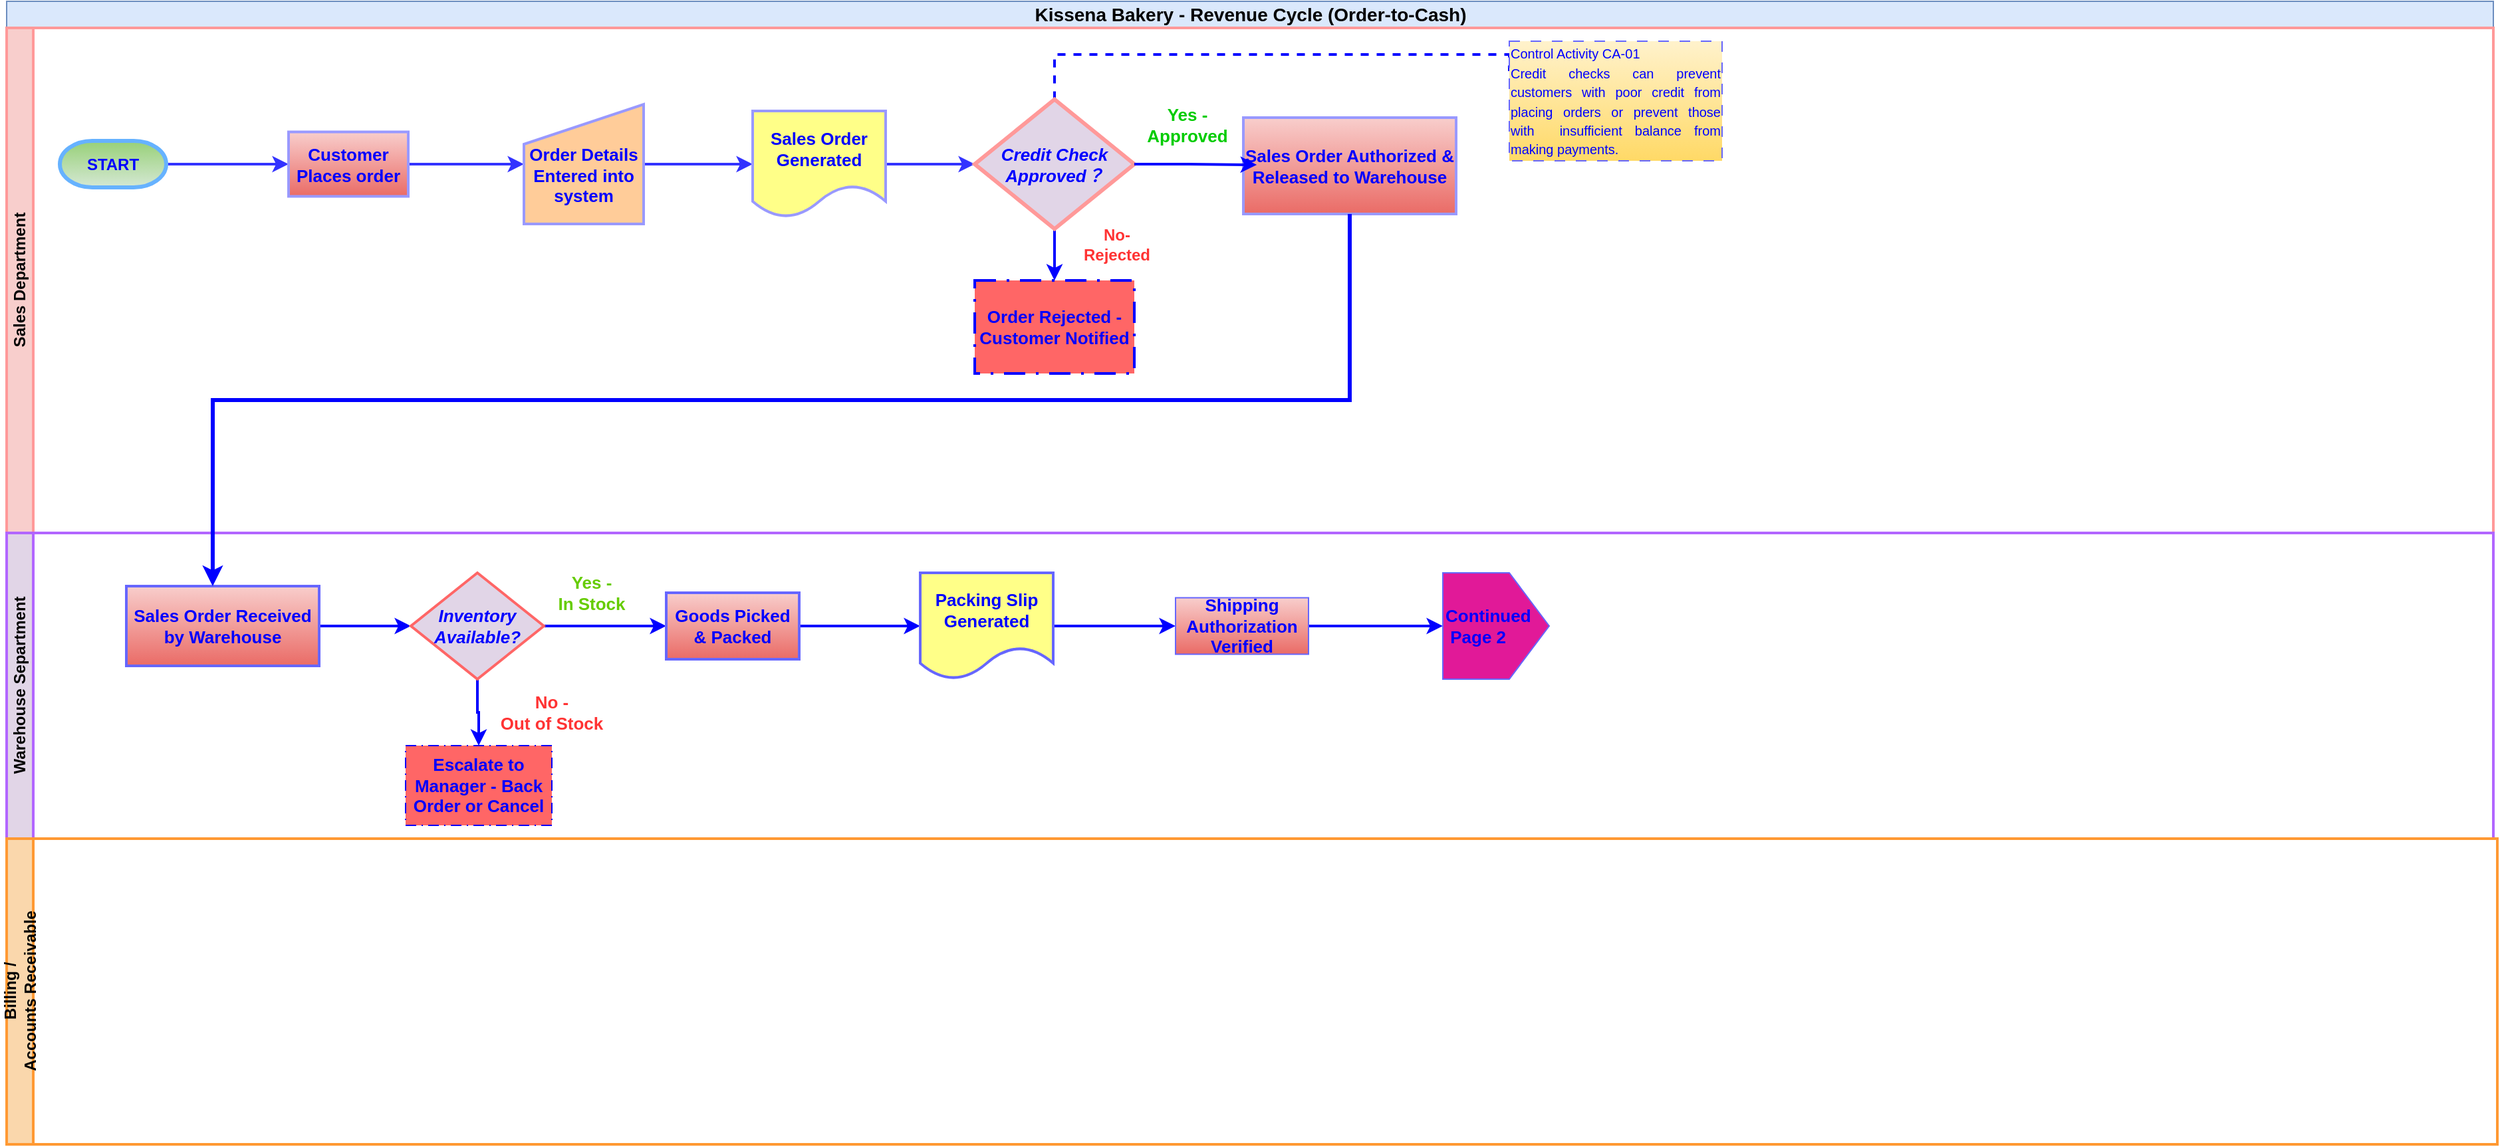
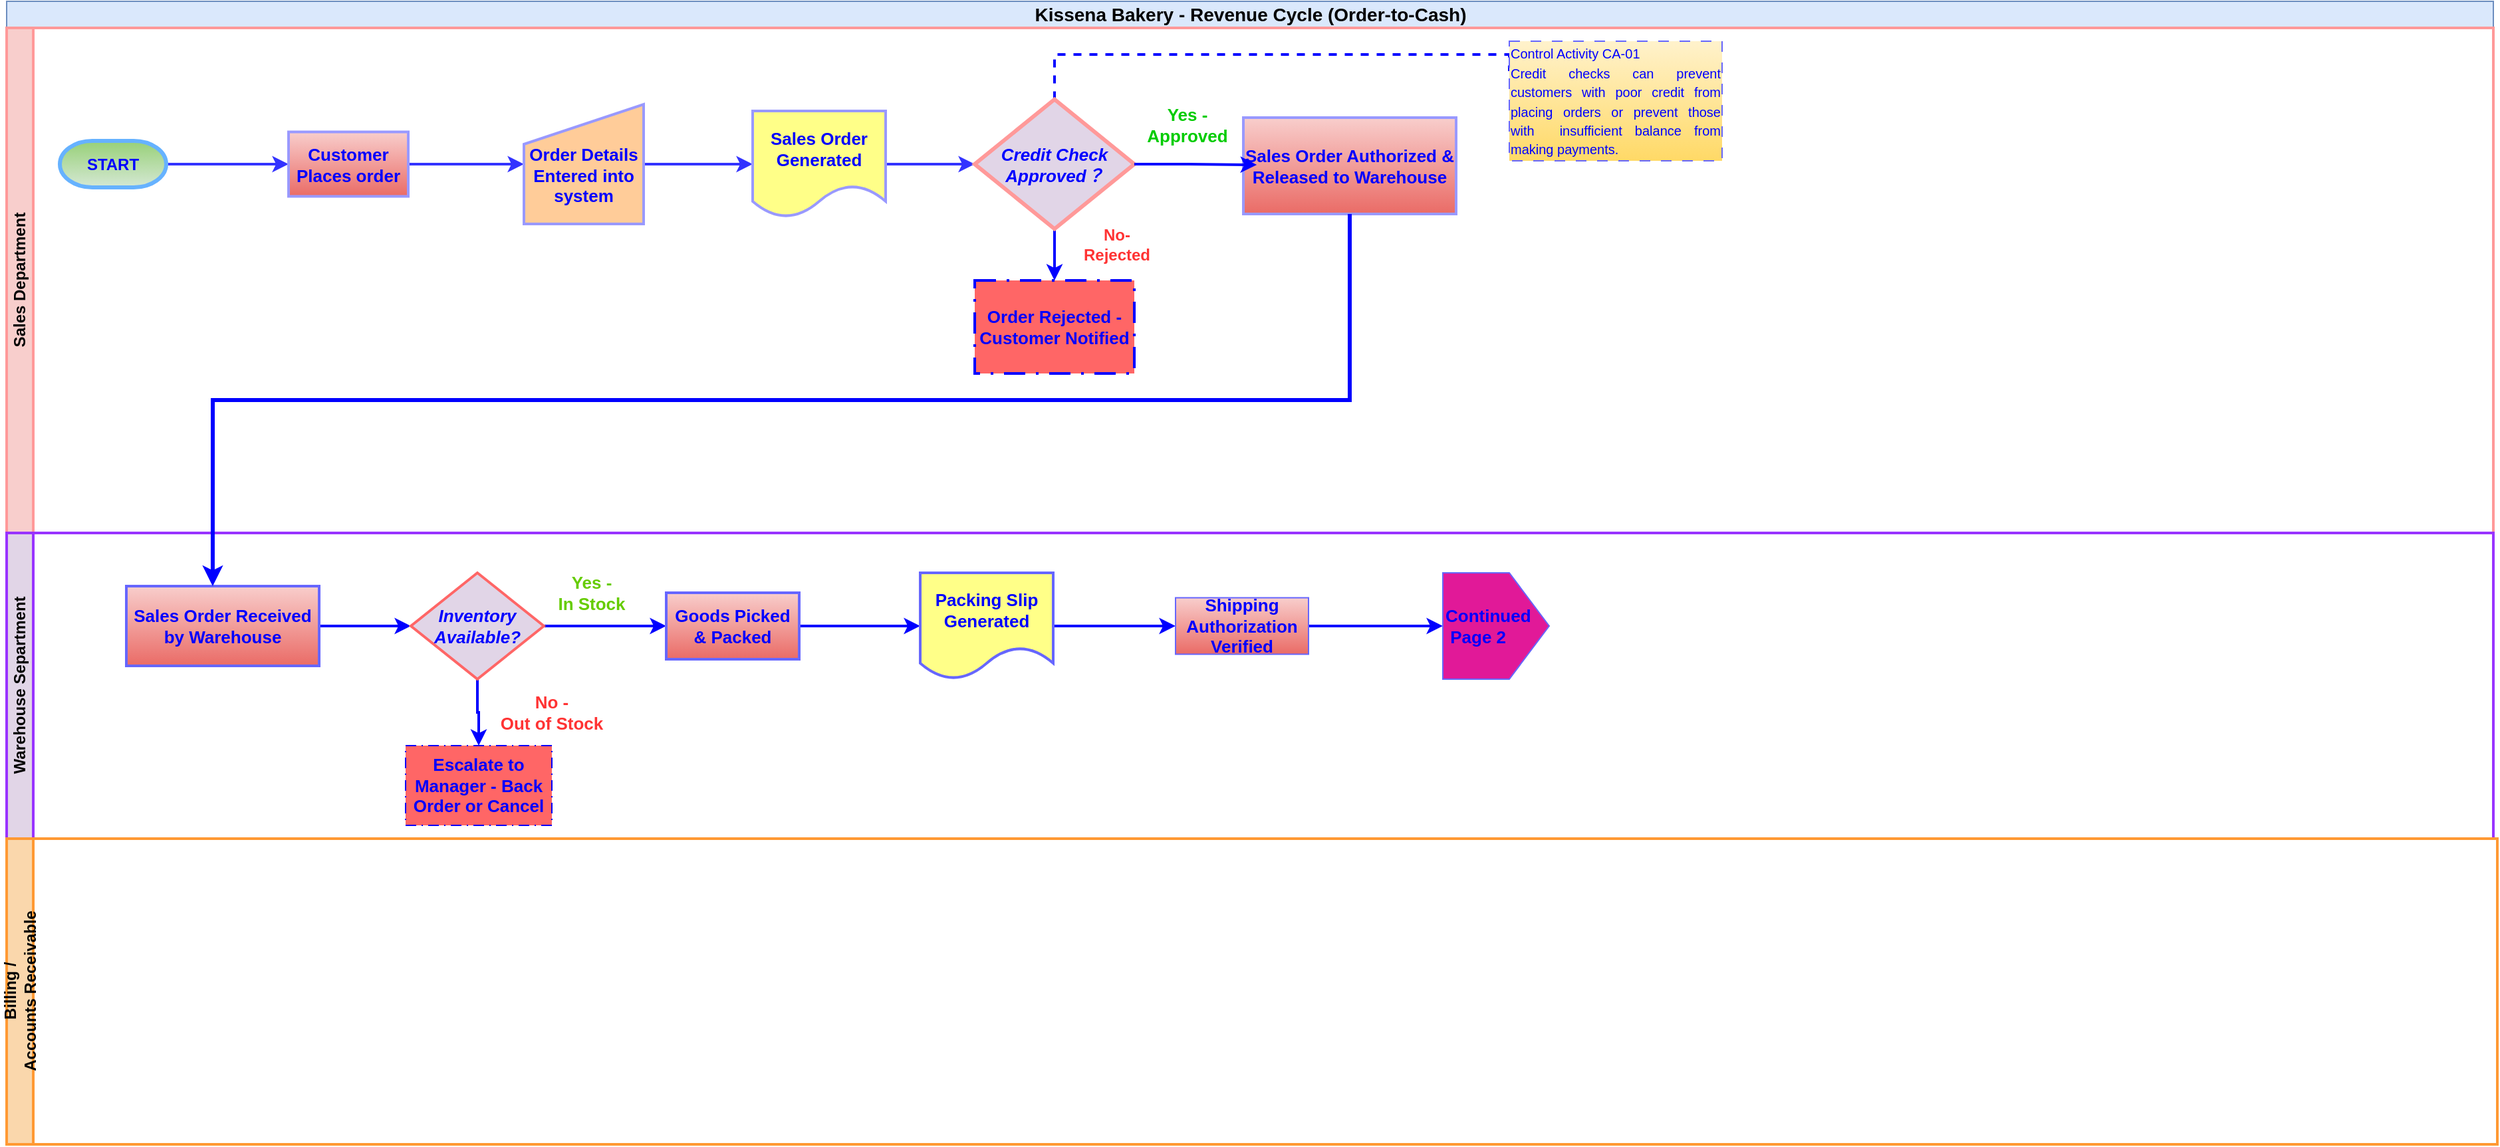
<mxfile host="app.diagrams.net" agent="Mozilla/5.0 (Windows NT 10.0; Win64; x64) AppleWebKit/537.36 (KHTML, like Gecko) Chrome/145.0.0.0 Safari/537.36" version="29.6.4" pages="2">
  <diagram name="Page-1" id="klMabU_GDppZGB9yFFRy">
    <mxGraphModel dx="2431" dy="874" grid="1" gridSize="10" guides="1" tooltips="1" connect="1" arrows="1" fold="1" page="1" pageScale="1" pageWidth="1100" pageHeight="850" math="0" shadow="0">
      <root>
        <mxCell id="0" />
        <mxCell id="1" parent="0" />
        <mxCell id="0vQu63eh7_hz7IOFjZfk-1" parent="1" style="swimlane;childLayout=stackLayout;resizeParent=1;resizeParentMax=0;horizontal=1;startSize=20;horizontalStack=0;html=1;fillColor=#dae8fc;strokeColor=#6c8ebf;" value="&lt;div style=&quot;text-align: start;&quot;&gt;&lt;font style=&quot;font-size: 14px;&quot;&gt;Kissena Bakery - Revenue Cycle (Order-to-Cash)&lt;/font&gt;&lt;/div&gt;" vertex="1">
          <mxGeometry height="20" width="1870" x="80" y="30" as="geometry" />
        </mxCell>
        <mxCell id="0vQu63eh7_hz7IOFjZfk-2" parent="1" style="swimlane;startSize=20;horizontal=0;html=1;fillColor=#f8cecc;strokeColor=#FF9999;strokeWidth=2;" value="Sales Department" vertex="1">
          <mxGeometry height="380" width="1870" x="80" y="50" as="geometry">
            <mxRectangle height="30" width="610" y="20" as="alternateBounds" />
          </mxGeometry>
        </mxCell>
        <mxCell id="0vQu63eh7_hz7IOFjZfk-43" edge="1" parent="0vQu63eh7_hz7IOFjZfk-2" source="0vQu63eh7_hz7IOFjZfk-10" style="edgeStyle=orthogonalEdgeStyle;rounded=0;orthogonalLoop=1;jettySize=auto;html=1;exitX=0;exitY=0.5;exitDx=0;exitDy=0;exitPerimeter=0;entryX=0;entryY=0.5;entryDx=0;entryDy=0;strokeColor=#3333FF;strokeWidth=2;" target="0vQu63eh7_hz7IOFjZfk-15">
          <mxGeometry relative="1" as="geometry" />
        </mxCell>
        <mxCell id="0vQu63eh7_hz7IOFjZfk-10" parent="0vQu63eh7_hz7IOFjZfk-2" style="strokeWidth=3;html=1;shape=mxgraph.flowchart.terminator;whiteSpace=wrap;direction=west;fillColor=#d5e8d4;gradientColor=#97d077;strokeColor=#66B2FF;" value="&lt;b&gt;&lt;font style=&quot;color: rgb(0, 0, 255);&quot;&gt;START&lt;/font&gt;&lt;/b&gt;" vertex="1">
          <mxGeometry height="35" width="80" x="40" y="85" as="geometry" />
        </mxCell>
        <mxCell id="46-Umk2mzS9Czotzx1H9-2" edge="1" parent="0vQu63eh7_hz7IOFjZfk-2" source="0vQu63eh7_hz7IOFjZfk-15" style="edgeStyle=orthogonalEdgeStyle;rounded=0;orthogonalLoop=1;jettySize=auto;html=1;exitX=1;exitY=0.5;exitDx=0;exitDy=0;entryX=0;entryY=0.5;entryDx=0;entryDy=0;strokeColor=#3333FF;strokeWidth=2;" target="0vQu63eh7_hz7IOFjZfk-20">
          <mxGeometry relative="1" as="geometry" />
        </mxCell>
        <mxCell id="0vQu63eh7_hz7IOFjZfk-15" parent="0vQu63eh7_hz7IOFjZfk-2" style="html=1;dashed=0;whiteSpace=wrap;strokeWidth=2;fillColor=#f8cecc;strokeColor=#9999FF;gradientColor=#ea6b66;" value="&lt;font style=&quot;font-size: 13px; color: rgb(0, 0, 255);&quot;&gt;&lt;b style=&quot;&quot;&gt;Customer Places order&lt;/b&gt;&lt;/font&gt;" vertex="1">
          <mxGeometry height="48.5" width="90" x="212" y="78.25" as="geometry" />
        </mxCell>
        <mxCell id="46-Umk2mzS9Czotzx1H9-3" edge="1" parent="0vQu63eh7_hz7IOFjZfk-2" source="0vQu63eh7_hz7IOFjZfk-20" style="edgeStyle=orthogonalEdgeStyle;rounded=0;orthogonalLoop=1;jettySize=auto;html=1;exitX=1;exitY=0.5;exitDx=0;exitDy=0;entryX=0;entryY=0.5;entryDx=0;entryDy=0;strokeColor=#3333FF;strokeWidth=2;" target="0vQu63eh7_hz7IOFjZfk-30">
          <mxGeometry relative="1" as="geometry" />
        </mxCell>
        <mxCell id="0vQu63eh7_hz7IOFjZfk-20" parent="0vQu63eh7_hz7IOFjZfk-2" style="shape=manualInput;whiteSpace=wrap;html=1;align=center;fillColor=#ffcc99;strokeColor=#9999FF;strokeWidth=2;" value="&lt;div style=&quot;&quot;&gt;&lt;span style=&quot;background-color: transparent;&quot;&gt;&lt;b style=&quot;&quot;&gt;&lt;font style=&quot;font-size: 13px; color: rgb(0, 0, 255);&quot;&gt;&lt;br&gt;&lt;/font&gt;&lt;/b&gt;&lt;/span&gt;&lt;/div&gt;&lt;div style=&quot;&quot;&gt;&lt;span style=&quot;background-color: transparent;&quot;&gt;&lt;b style=&quot;&quot;&gt;&lt;font style=&quot;font-size: 13px; color: rgb(0, 0, 255);&quot;&gt;Order Details Entered into system&lt;/font&gt;&lt;/b&gt;&lt;/span&gt;&lt;/div&gt;" vertex="1">
          <mxGeometry height="90" width="90" x="389" y="57.5" as="geometry" />
        </mxCell>
        <mxCell id="0vQu63eh7_hz7IOFjZfk-35" edge="1" parent="0vQu63eh7_hz7IOFjZfk-2" style="edgeStyle=orthogonalEdgeStyle;rounded=0;orthogonalLoop=1;jettySize=auto;html=1;exitX=0;exitY=0.5;exitDx=0;exitDy=0;">
          <mxGeometry relative="1" as="geometry">
            <mxPoint x="410" y="105" as="sourcePoint" />
            <mxPoint x="410" y="105" as="targetPoint" />
          </mxGeometry>
        </mxCell>
        <mxCell id="46-Umk2mzS9Czotzx1H9-4" edge="1" parent="0vQu63eh7_hz7IOFjZfk-2" source="0vQu63eh7_hz7IOFjZfk-30" style="edgeStyle=orthogonalEdgeStyle;rounded=0;orthogonalLoop=1;jettySize=auto;html=1;exitX=1;exitY=0.5;exitDx=0;exitDy=0;entryX=0;entryY=0.5;entryDx=0;entryDy=0;strokeColor=#3333FF;strokeWidth=2;" target="0vQu63eh7_hz7IOFjZfk-34">
          <mxGeometry relative="1" as="geometry" />
        </mxCell>
        <mxCell id="0vQu63eh7_hz7IOFjZfk-30" parent="0vQu63eh7_hz7IOFjZfk-2" style="shape=document;whiteSpace=wrap;html=1;boundedLbl=1;strokeWidth=2;fillColor=#ffff88;strokeColor=#9999FF;" value="&lt;font style=&quot;font-size: 13px; color: rgb(0, 0, 255);&quot;&gt;&lt;b&gt;Sales Order Generated&lt;/b&gt;&lt;/font&gt;" vertex="1">
          <mxGeometry height="80" width="100" x="561" y="62.5" as="geometry" />
        </mxCell>
        <mxCell id="pGH0SQg9JUakCyH8bkGQ-28" edge="1" parent="0vQu63eh7_hz7IOFjZfk-2" source="0vQu63eh7_hz7IOFjZfk-34" style="edgeStyle=orthogonalEdgeStyle;rounded=0;orthogonalLoop=1;jettySize=auto;html=1;exitX=0.5;exitY=0;exitDx=0;exitDy=0;entryX=0;entryY=0.25;entryDx=0;entryDy=0;endArrow=none;endFill=0;dashed=1;strokeWidth=2;strokeColor=#0000FF;" target="pGH0SQg9JUakCyH8bkGQ-23">
          <mxGeometry relative="1" as="geometry">
            <Array as="points">
              <mxPoint x="788" y="20" />
              <mxPoint x="1130" y="20" />
            </Array>
          </mxGeometry>
        </mxCell>
        <mxCell id="DywWvH4VDf4e1SjyT3sU-2" edge="1" parent="0vQu63eh7_hz7IOFjZfk-2" source="0vQu63eh7_hz7IOFjZfk-34" style="edgeStyle=orthogonalEdgeStyle;rounded=0;orthogonalLoop=1;jettySize=auto;html=1;exitX=0.5;exitY=1;exitDx=0;exitDy=0;entryX=0.5;entryY=0;entryDx=0;entryDy=0;strokeColor=#0000FF;strokeWidth=2;" target="0vQu63eh7_hz7IOFjZfk-65">
          <mxGeometry relative="1" as="geometry" />
        </mxCell>
        <mxCell id="0vQu63eh7_hz7IOFjZfk-34" parent="0vQu63eh7_hz7IOFjZfk-2" style="rhombus;whiteSpace=wrap;html=1;fillColor=#e1d5e7;strokeColor=#FF9999;strokeWidth=3;" value="&lt;font style=&quot;font-size: 13px; color: rgb(0, 0, 255);&quot;&gt;&lt;b&gt;&lt;i&gt;Credit Check Approved？&lt;/i&gt;&lt;/b&gt;&lt;/font&gt;" vertex="1">
          <mxGeometry height="97.5" width="120" x="728" y="53.75" as="geometry" />
        </mxCell>
        <mxCell id="0vQu63eh7_hz7IOFjZfk-60" parent="0vQu63eh7_hz7IOFjZfk-2" style="text;html=1;whiteSpace=wrap;strokeColor=none;fillColor=none;align=center;verticalAlign=middle;rounded=0;fontColor=#00CC00;" value="&lt;font style=&quot;font-size: 13px;&quot;&gt;&lt;b style=&quot;&quot;&gt;Yes - Approved&lt;/b&gt;&lt;/font&gt;" vertex="1">
          <mxGeometry height="30" width="80" x="848" y="57.5" as="geometry" />
        </mxCell>
        <mxCell id="0vQu63eh7_hz7IOFjZfk-65" parent="0vQu63eh7_hz7IOFjZfk-2" style="html=1;dashed=1;whiteSpace=wrap;strokeWidth=2;fillColor=light-dark(#FF6666,#FF3333);strokeColor=#0000FF;fontColor=#ffffff;fontStyle=1;dashPattern=8 4 1 4;" value="&lt;font style=&quot;font-size: 13px; color: rgb(0, 0, 255);&quot;&gt;Order Rejected - Customer Notified&lt;/font&gt;" vertex="1">
          <mxGeometry height="70" width="120" x="728" y="190" as="geometry" />
        </mxCell>
        <mxCell id="0vQu63eh7_hz7IOFjZfk-67" parent="0vQu63eh7_hz7IOFjZfk-2" style="html=1;dashed=0;whiteSpace=wrap;fillColor=#f8cecc;gradientColor=#ea6b66;strokeColor=#9999FF;strokeWidth=2;" value="&lt;font style=&quot;font-size: 13px; color: rgb(0, 0, 255);&quot;&gt;&lt;b&gt;Sales Order Authorized &amp;amp; Released to Warehouse&lt;/b&gt;&lt;/font&gt;" vertex="1">
          <mxGeometry height="72.5" width="160" x="930" y="67.5" as="geometry" />
        </mxCell>
        <mxCell id="pGH0SQg9JUakCyH8bkGQ-23" parent="0vQu63eh7_hz7IOFjZfk-2" style="html=1;dashed=1;whiteSpace=wrap;dashPattern=8 8;fillColor=#fff2cc;gradientColor=#ffd966;strokeColor=light-dark(#6666FF,#6D5100);strokeWidth=1;" value="&lt;div style=&quot;text-align: justify;&quot;&gt;&lt;span style=&quot;font-size: 10px; background-color: transparent;&quot;&gt;&lt;font style=&quot;color: rgb(0, 0, 255);&quot;&gt;Control Activity&amp;nbsp;CA-01&lt;/font&gt;&lt;/span&gt;&lt;/div&gt;&lt;font style=&quot;color: rgb(0, 0, 255);&quot;&gt;&lt;div style=&quot;text-align: justify;&quot;&gt;&lt;span style=&quot;font-size: 10px; background-color: transparent;&quot;&gt;Credit checks can prevent customers with poor credit from placing orders or prevent those with&amp;nbsp; insufficient balance from making payments.&lt;/span&gt;&lt;/div&gt;&lt;/font&gt;" vertex="1">
          <mxGeometry height="90" width="160" x="1130" y="10" as="geometry" />
        </mxCell>
        <mxCell id="DywWvH4VDf4e1SjyT3sU-3" parent="0vQu63eh7_hz7IOFjZfk-2" style="text;html=1;whiteSpace=wrap;strokeColor=none;fillColor=none;align=center;verticalAlign=middle;rounded=0;fontSize=12;fontStyle=1;fontColor=#FF3333;" value="&lt;span&gt;&lt;font style=&quot;&quot;&gt;No-Rejected&lt;/font&gt;&lt;/span&gt;" vertex="1">
          <mxGeometry height="30" width="70" x="800" y="147.5" as="geometry" />
        </mxCell>
        <mxCell id="G1smnQENkRiUrPdJOTDi-3" edge="1" parent="0vQu63eh7_hz7IOFjZfk-2" source="0vQu63eh7_hz7IOFjZfk-34" style="edgeStyle=orthogonalEdgeStyle;rounded=0;orthogonalLoop=1;jettySize=auto;html=1;exitX=1;exitY=0.5;exitDx=0;exitDy=0;entryX=0.063;entryY=0.49;entryDx=0;entryDy=0;entryPerimeter=0;strokeColor=#0000FF;strokeWidth=2;" target="0vQu63eh7_hz7IOFjZfk-67">
          <mxGeometry relative="1" as="geometry" />
        </mxCell>
-         <mxCell id="0vQu63eh7_hz7IOFjZfk-3" parent="1" style="swimlane;startSize=20;horizontal=0;html=1;fillColor=#e1d5e7;strokeColor=#B266FF;strokeWidth=2;" value="Warehouse Separtment" vertex="1">
+         <mxCell id="0vQu63eh7_hz7IOFjZfk-3" parent="1" style="swimlane;startSize=20;horizontal=0;html=1;fillColor=#e1d5e7;strokeColor=#9933FF;strokeWidth=2;" value="Warehouse Separtment" vertex="1">
          <mxGeometry height="230" width="1870" x="80" y="430" as="geometry" />
        </mxCell>
        <mxCell id="pGH0SQg9JUakCyH8bkGQ-32" edge="1" parent="0vQu63eh7_hz7IOFjZfk-3" source="0vQu63eh7_hz7IOFjZfk-73" style="edgeStyle=orthogonalEdgeStyle;rounded=0;orthogonalLoop=1;jettySize=auto;html=1;exitX=1;exitY=0.5;exitDx=0;exitDy=0;entryX=0;entryY=0.5;entryDx=0;entryDy=0;strokeColor=#0000FF;strokeWidth=2;" target="0vQu63eh7_hz7IOFjZfk-92">
          <mxGeometry relative="1" as="geometry" />
        </mxCell>
        <mxCell id="0vQu63eh7_hz7IOFjZfk-73" parent="0vQu63eh7_hz7IOFjZfk-3" style="html=1;dashed=0;whiteSpace=wrap;fillColor=#f8cecc;gradientColor=#ea6b66;strokeColor=#6666FF;strokeWidth=2;" value="&lt;font style=&quot;font-size: 13px; color: rgb(0, 0, 255);&quot;&gt;&lt;b&gt;Sales Order Received by Warehouse&lt;/b&gt;&lt;/font&gt;" vertex="1">
          <mxGeometry height="60" width="145" x="90" y="40" as="geometry" />
        </mxCell>
        <mxCell id="pGH0SQg9JUakCyH8bkGQ-31" edge="1" parent="0vQu63eh7_hz7IOFjZfk-3" source="0vQu63eh7_hz7IOFjZfk-92" style="edgeStyle=orthogonalEdgeStyle;rounded=0;orthogonalLoop=1;jettySize=auto;html=1;exitX=1;exitY=0.5;exitDx=0;exitDy=0;entryX=0;entryY=0.5;entryDx=0;entryDy=0;strokeColor=#0000FF;strokeWidth=2;" target="0vQu63eh7_hz7IOFjZfk-106">
          <mxGeometry relative="1" as="geometry" />
        </mxCell>
        <mxCell id="pGH0SQg9JUakCyH8bkGQ-34" edge="1" parent="0vQu63eh7_hz7IOFjZfk-3" source="0vQu63eh7_hz7IOFjZfk-92" style="edgeStyle=orthogonalEdgeStyle;rounded=0;orthogonalLoop=1;jettySize=auto;html=1;exitX=0.5;exitY=1;exitDx=0;exitDy=0;entryX=0.5;entryY=0;entryDx=0;entryDy=0;strokeColor=#0000FF;strokeWidth=2;" target="0vQu63eh7_hz7IOFjZfk-96">
          <mxGeometry relative="1" as="geometry" />
        </mxCell>
        <mxCell id="0vQu63eh7_hz7IOFjZfk-92" parent="0vQu63eh7_hz7IOFjZfk-3" style="rhombus;whiteSpace=wrap;html=1;fillColor=#e1d5e7;strokeColor=light-dark(#FF6666,#FF3333);strokeWidth=2;" value="&lt;font style=&quot;font-size: 13px; color: rgb(0, 0, 255);&quot;&gt;&lt;b&gt;&lt;i&gt;Inventory Available?&lt;/i&gt;&lt;/b&gt;&lt;/font&gt;" vertex="1">
          <mxGeometry height="80" width="100" x="304" y="30" as="geometry" />
        </mxCell>
        <mxCell id="0vQu63eh7_hz7IOFjZfk-96" parent="0vQu63eh7_hz7IOFjZfk-3" style="html=1;dashed=1;whiteSpace=wrap;fillColor=#FF6666;strokeColor=#0000FF;fontColor=#ffffff;dashPattern=8 4 1 4;" value="&lt;b&gt;&lt;font style=&quot;font-size: 13px; color: rgb(0, 0, 255);&quot;&gt;Escalate to Manager - Back Order or Cancel&lt;/font&gt;&lt;/b&gt;" vertex="1">
          <mxGeometry height="60" width="110" x="300" y="160" as="geometry" />
        </mxCell>
        <mxCell id="46-Umk2mzS9Czotzx1H9-6" edge="1" parent="0vQu63eh7_hz7IOFjZfk-3" source="0vQu63eh7_hz7IOFjZfk-106" style="edgeStyle=orthogonalEdgeStyle;rounded=0;orthogonalLoop=1;jettySize=auto;html=1;exitX=1;exitY=0.5;exitDx=0;exitDy=0;entryX=0;entryY=0.5;entryDx=0;entryDy=0;strokeColor=#0000FF;strokeWidth=2;" target="0vQu63eh7_hz7IOFjZfk-110">
          <mxGeometry relative="1" as="geometry" />
        </mxCell>
        <mxCell id="0vQu63eh7_hz7IOFjZfk-106" parent="0vQu63eh7_hz7IOFjZfk-3" style="html=1;dashed=0;whiteSpace=wrap;strokeWidth=2;fillColor=#f8cecc;gradientColor=#ea6b66;strokeColor=#6666FF;" value="&lt;font style=&quot;font-size: 13px; color: rgb(0, 0, 255);&quot;&gt;&lt;b&gt;Goods Picked &amp;amp; Packed&lt;/b&gt;&lt;/font&gt;" vertex="1">
          <mxGeometry height="50" width="100" x="496" y="45" as="geometry" />
        </mxCell>
        <mxCell id="46-Umk2mzS9Czotzx1H9-8" edge="1" parent="0vQu63eh7_hz7IOFjZfk-3" source="0vQu63eh7_hz7IOFjZfk-110" style="edgeStyle=orthogonalEdgeStyle;rounded=0;orthogonalLoop=1;jettySize=auto;html=1;exitX=1;exitY=0.5;exitDx=0;exitDy=0;entryX=0;entryY=0.5;entryDx=0;entryDy=0;strokeColor=#0000FF;strokeWidth=2;" target="0vQu63eh7_hz7IOFjZfk-112">
          <mxGeometry relative="1" as="geometry" />
        </mxCell>
        <mxCell id="0vQu63eh7_hz7IOFjZfk-110" parent="0vQu63eh7_hz7IOFjZfk-3" style="shape=document;whiteSpace=wrap;html=1;boundedLbl=1;strokeWidth=2;fillColor=#ffff88;strokeColor=#6666FF;" value="&lt;font style=&quot;font-size: 13px; color: rgb(0, 0, 255);&quot;&gt;&lt;b&gt;Packing Slip Generated&lt;/b&gt;&lt;/font&gt;" vertex="1">
          <mxGeometry height="80" width="100" x="687" y="30" as="geometry" />
        </mxCell>
        <mxCell id="G1smnQENkRiUrPdJOTDi-2" edge="1" parent="0vQu63eh7_hz7IOFjZfk-3" source="0vQu63eh7_hz7IOFjZfk-112" style="edgeStyle=orthogonalEdgeStyle;rounded=0;orthogonalLoop=1;jettySize=auto;html=1;exitX=1;exitY=0.5;exitDx=0;exitDy=0;entryX=0.5;entryY=0;entryDx=0;entryDy=0;strokeColor=#0000FF;strokeWidth=2;" target="G1smnQENkRiUrPdJOTDi-1">
          <mxGeometry relative="1" as="geometry" />
        </mxCell>
        <mxCell id="0vQu63eh7_hz7IOFjZfk-112" parent="0vQu63eh7_hz7IOFjZfk-3" style="html=1;dashed=0;whiteSpace=wrap;strokeColor=#6666FF;fillColor=#f8cecc;gradientColor=#ea6b66;fontStyle=1" value="&lt;font style=&quot;font-size: 13px; color: rgb(0, 0, 255);&quot;&gt;Shipping Authorization Verified&lt;/font&gt;" vertex="1">
          <mxGeometry height="42.5" width="100" x="879" y="48.75" as="geometry" />
        </mxCell>
        <mxCell id="0vQu63eh7_hz7IOFjZfk-98" parent="0vQu63eh7_hz7IOFjZfk-3" style="text;html=1;whiteSpace=wrap;strokeColor=none;fillColor=none;align=center;verticalAlign=middle;rounded=0;fontColor=#FF3333;" value="&lt;font style=&quot;font-size: 13px;&quot;&gt;&lt;b&gt;No - &lt;br&gt;Out of Stock&lt;/b&gt;&lt;/font&gt;" vertex="1">
          <mxGeometry height="30" width="80" x="370" y="120" as="geometry" />
        </mxCell>
        <mxCell id="G1smnQENkRiUrPdJOTDi-1" parent="0vQu63eh7_hz7IOFjZfk-3" style="shape=offPageConnector;whiteSpace=wrap;html=1;direction=north;strokeColor=#6666FF;fillColor=#E11998;align=left;" value="&lt;b style=&quot;color: rgb(0, 0, 255); font-size: 13px; text-wrap-mode: nowrap;&quot;&gt;Continued&lt;br&gt;&amp;nbsp;Page 2&lt;/b&gt;" vertex="1">
          <mxGeometry height="80" width="80" x="1080" y="30" as="geometry" />
        </mxCell>
        <mxCell id="0vQu63eh7_hz7IOFjZfk-86" edge="1" parent="1" source="0vQu63eh7_hz7IOFjZfk-67" style="edgeStyle=orthogonalEdgeStyle;rounded=0;orthogonalLoop=1;jettySize=auto;html=1;exitX=0.5;exitY=1;exitDx=0;exitDy=0;entryX=0.448;entryY=0;entryDx=0;entryDy=0;entryPerimeter=0;fontColor=#0000CC;strokeColor=#0000FF;strokeWidth=3;" target="0vQu63eh7_hz7IOFjZfk-73">
          <mxGeometry relative="1" as="geometry">
            <Array as="points">
              <mxPoint x="1090" y="330" />
              <mxPoint x="235" y="330" />
            </Array>
          </mxGeometry>
        </mxCell>
        <mxCell id="0vQu63eh7_hz7IOFjZfk-4" parent="1" style="swimlane;startSize=20;horizontal=0;html=1;fillColor=#fad7ac;strokeColor=#FF9933;strokeWidth=2;" value="Billing /&lt;br&gt;Accounts Receivable" vertex="1">
          <mxGeometry height="230" width="1873" x="80" y="660" as="geometry">
            <mxRectangle height="30" width="500" y="310" as="alternateBounds" />
          </mxGeometry>
        </mxCell>
        <mxCell id="46-Umk2mzS9Czotzx1H9-12" parent="1" style="text;html=1;whiteSpace=wrap;strokeColor=none;fillColor=none;align=center;verticalAlign=middle;rounded=0;" value="&lt;b style=&quot;color: rgb(102, 204, 0);&quot;&gt;&lt;font style=&quot;font-size: 13px;&quot;&gt;Yes -&lt;br&gt;In Stock&lt;/font&gt;&lt;/b&gt;" vertex="1">
          <mxGeometry height="30" width="80" x="480" y="460" as="geometry" />
        </mxCell>
      </root>
    </mxGraphModel>
  </diagram>
  <diagram id="ZDdy4ylPSpOC2Ge6VpiW" name="Page-2">
    <mxGraphModel dx="2066" dy="743" grid="1" gridSize="10" guides="1" tooltips="1" connect="1" arrows="1" fold="1" page="1" pageScale="1" pageWidth="1100" pageHeight="850" math="0" shadow="0">
      <root>
        <mxCell id="0" />
        <mxCell id="1" parent="0" />
        <mxCell id="_GW_QHAqRueJzuYdTQVs-1" parent="1" style="swimlane;startSize=20;horizontal=0;html=1;fillColor=#e1d5e7;strokeColor=#9933FF;strokeWidth=2;" value="Warehouse Separtment" vertex="1">
          <mxGeometry height="270" width="1330" x="110" y="150" as="geometry" />
        </mxCell>
        <mxCell id="JTW380UVqBL9k5zzlviH-1" parent="_GW_QHAqRueJzuYdTQVs-1" style="html=1;dashed=0;whiteSpace=wrap;fillColor=#f8cecc;gradientColor=#ea6b66;strokeColor=#6666FF;" value="&lt;font style=&quot;font-size: 13px; color: rgb(0, 0, 255);&quot;&gt;&lt;b&gt;Goods Dispatched to Customer&lt;/b&gt;&lt;/font&gt;" vertex="1">
          <mxGeometry height="50" width="100" x="220" y="75" as="geometry" />
        </mxCell>
        <mxCell id="Y0x97Svv89Kf0asxUhHi-3" edge="1" parent="_GW_QHAqRueJzuYdTQVs-1" source="Y0x97Svv89Kf0asxUhHi-1" style="edgeStyle=orthogonalEdgeStyle;rounded=0;orthogonalLoop=1;jettySize=auto;html=1;exitX=0.5;exitY=1;exitDx=0;exitDy=0;entryX=0;entryY=0.5;entryDx=0;entryDy=0;strokeWidth=2;strokeColor=#0000FF;" target="JTW380UVqBL9k5zzlviH-1">
          <mxGeometry relative="1" as="geometry" />
        </mxCell>
        <mxCell id="Y0x97Svv89Kf0asxUhHi-1" parent="_GW_QHAqRueJzuYdTQVs-1" style="shape=offPageConnector;whiteSpace=wrap;html=1;direction=north;strokeColor=#6666FF;fillColor=#E11998;align=left;" value="&lt;b style=&quot;color: rgb(0, 0, 255); font-size: 13px; text-wrap-mode: nowrap;&quot;&gt;Continued&lt;br&gt;&amp;nbsp;Page 2&lt;/b&gt;" vertex="1">
          <mxGeometry height="80" width="80" x="70" y="60" as="geometry" />
        </mxCell>
        <mxCell id="VSqCA1LAcqbEIX1a-AIG-1" parent="1" style="swimlane;startSize=20;horizontal=0;html=1;whiteSpace=wrap;fillColor=#ffcc99;strokeColor=#FF9933;strokeWidth=2;" value="&lt;span style=&quot;text-wrap-mode: nowrap;&quot;&gt;Billing /&lt;/span&gt;&lt;br style=&quot;text-wrap-mode: nowrap;&quot;&gt;&lt;span style=&quot;text-wrap-mode: nowrap;&quot;&gt;Accounts Receivable&lt;/span&gt;" vertex="1">
          <mxGeometry height="170" width="1330" x="110" y="420" as="geometry" />
        </mxCell>
        <mxCell id="KsxiR5SY5I83CpnIQ7mC-4" edge="1" parent="VSqCA1LAcqbEIX1a-AIG-1" source="2IOCe_ZcG10jMQKezpJ2-1" style="edgeStyle=orthogonalEdgeStyle;rounded=0;orthogonalLoop=1;jettySize=auto;html=1;exitX=1;exitY=0.5;exitDx=0;exitDy=0;entryX=0;entryY=0.5;entryDx=0;entryDy=0;strokeColor=#0000FF;strokeWidth=2;" target="2IOCe_ZcG10jMQKezpJ2-2">
          <mxGeometry relative="1" as="geometry" />
        </mxCell>
        <mxCell id="2IOCe_ZcG10jMQKezpJ2-1" parent="VSqCA1LAcqbEIX1a-AIG-1" style="html=1;dashed=0;whiteSpace=wrap;strokeWidth=2;fillColor=#f8cecc;gradientColor=#ea6b66;strokeColor=#6666FF;" value="&lt;b&gt;&lt;font style=&quot;font-size: 13px; color: rgb(0, 0, 255);&quot;&gt;Dispatch Confirmation Received&lt;/font&gt;&lt;/b&gt;" vertex="1">
          <mxGeometry height="50" width="100" x="50" y="50" as="geometry" />
        </mxCell>
        <mxCell id="KsxiR5SY5I83CpnIQ7mC-5" edge="1" parent="VSqCA1LAcqbEIX1a-AIG-1" source="2IOCe_ZcG10jMQKezpJ2-2" style="edgeStyle=orthogonalEdgeStyle;rounded=0;orthogonalLoop=1;jettySize=auto;html=1;exitX=1;exitY=0.5;exitDx=0;exitDy=0;entryX=0;entryY=0.5;entryDx=0;entryDy=0;strokeColor=#0000FF;strokeWidth=2;" target="dAGMuh-EUK1Y8pTE6-PC-2">
          <mxGeometry relative="1" as="geometry" />
        </mxCell>
        <mxCell id="2IOCe_ZcG10jMQKezpJ2-2" parent="VSqCA1LAcqbEIX1a-AIG-1" style="shape=document;whiteSpace=wrap;html=1;boundedLbl=1;fillColor=#ffff88;strokeColor=#6666FF;strokeWidth=2;" value="&lt;font style=&quot;font-size: 13px; color: rgb(0, 0, 255);&quot;&gt;&lt;b&gt;Invoice Generated &amp;amp; Sent to Customer&lt;/b&gt;&lt;/font&gt;" vertex="1">
          <mxGeometry height="80" width="120" x="229" y="35" as="geometry" />
        </mxCell>
        <mxCell id="KsxiR5SY5I83CpnIQ7mC-6" edge="1" parent="VSqCA1LAcqbEIX1a-AIG-1" source="dAGMuh-EUK1Y8pTE6-PC-2" style="edgeStyle=orthogonalEdgeStyle;rounded=0;orthogonalLoop=1;jettySize=auto;html=1;exitX=1;exitY=0.5;exitDx=0;exitDy=0;entryX=0;entryY=0.5;entryDx=0;entryDy=0;strokeColor=#0000FF;strokeWidth=2;" target="dAGMuh-EUK1Y8pTE6-PC-4">
          <mxGeometry relative="1" as="geometry" />
        </mxCell>
        <mxCell id="dAGMuh-EUK1Y8pTE6-PC-2" parent="VSqCA1LAcqbEIX1a-AIG-1" style="html=1;dashed=0;whiteSpace=wrap;strokeWidth=2;fillColor=#f8cecc;gradientColor=#ea6b66;strokeColor=#6666FF;" value="&lt;b&gt;&lt;font style=&quot;font-size: 13px; color: rgb(0, 0, 255);&quot;&gt;Payment Received from Customer&lt;/font&gt;&lt;/b&gt;" vertex="1">
          <mxGeometry height="50" width="110" x="423" y="50" as="geometry" />
        </mxCell>
        <mxCell id="KsxiR5SY5I83CpnIQ7mC-8" edge="1" parent="VSqCA1LAcqbEIX1a-AIG-1" source="dAGMuh-EUK1Y8pTE6-PC-4" style="edgeStyle=orthogonalEdgeStyle;rounded=0;orthogonalLoop=1;jettySize=auto;html=1;exitX=1;exitY=0.5;exitDx=0;exitDy=0;entryX=0;entryY=0.5;entryDx=0;entryDy=0;strokeColor=#0000FF;strokeWidth=2;" target="dAGMuh-EUK1Y8pTE6-PC-6">
          <mxGeometry relative="1" as="geometry" />
        </mxCell>
        <mxCell id="dAGMuh-EUK1Y8pTE6-PC-4" parent="VSqCA1LAcqbEIX1a-AIG-1" style="shape=document;whiteSpace=wrap;html=1;boundedLbl=1;fillColor=#ffff88;strokeColor=#6666FF;strokeWidth=2;" value="&lt;font style=&quot;font-size: 13px; color: rgb(0, 0, 255);&quot;&gt;&lt;b&gt;Remittance Advice Recorded&lt;/b&gt;&lt;/font&gt;" vertex="1">
          <mxGeometry height="75" width="110" x="611" y="37.5" as="geometry" />
        </mxCell>
        <mxCell id="dAGMuh-EUK1Y8pTE6-PC-6" parent="VSqCA1LAcqbEIX1a-AIG-1" style="html=1;dashed=0;whiteSpace=wrap;strokeWidth=2;fillColor=#f8cecc;gradientColor=#ea6b66;strokeColor=#6666FF;" value="&lt;b&gt;&lt;font style=&quot;font-size: 13px; color: rgb(0, 0, 255);&quot;&gt;Cash Posted to Accounts Receivable&lt;/font&gt;&lt;/b&gt;" vertex="1">
          <mxGeometry height="50" width="110" x="800" y="50" as="geometry" />
        </mxCell>
        <mxCell id="dAGMuh-EUK1Y8pTE6-PC-8" parent="VSqCA1LAcqbEIX1a-AIG-1" style="strokeWidth=2;html=1;shape=mxgraph.flowchart.terminator;whiteSpace=wrap;fillColor=#d5e8d4;gradientColor=#97d077;strokeColor=#66B2FF;" value="&lt;font style=&quot;font-size: 13px; color: rgb(0, 0, 255);&quot;&gt;&lt;b&gt;END&lt;/b&gt;&lt;/font&gt;" vertex="1">
          <mxGeometry height="45" width="90" x="980" y="50" as="geometry" />
        </mxCell>
        <mxCell id="uHHicwT-v_B4AunEQLIp-2" edge="1" parent="VSqCA1LAcqbEIX1a-AIG-1" source="dAGMuh-EUK1Y8pTE6-PC-6" style="edgeStyle=orthogonalEdgeStyle;rounded=0;orthogonalLoop=1;jettySize=auto;html=1;exitX=1;exitY=0.5;exitDx=0;exitDy=0;entryX=0.111;entryY=0.556;entryDx=0;entryDy=0;entryPerimeter=0;strokeWidth=2;strokeColor=#0000FF;" target="dAGMuh-EUK1Y8pTE6-PC-8">
          <mxGeometry relative="1" as="geometry" />
        </mxCell>
        <mxCell id="dAGMuh-EUK1Y8pTE6-PC-10" edge="1" parent="1" source="JTW380UVqBL9k5zzlviH-1" style="edgeStyle=orthogonalEdgeStyle;rounded=0;orthogonalLoop=1;jettySize=auto;html=1;exitX=0.5;exitY=1;exitDx=0;exitDy=0;entryX=0.5;entryY=0;entryDx=0;entryDy=0;strokeColor=#0000FF;strokeWidth=3;" target="2IOCe_ZcG10jMQKezpJ2-1">
          <mxGeometry relative="1" as="geometry" />
        </mxCell>
      </root>
    </mxGraphModel>
  </diagram>
</mxfile>
